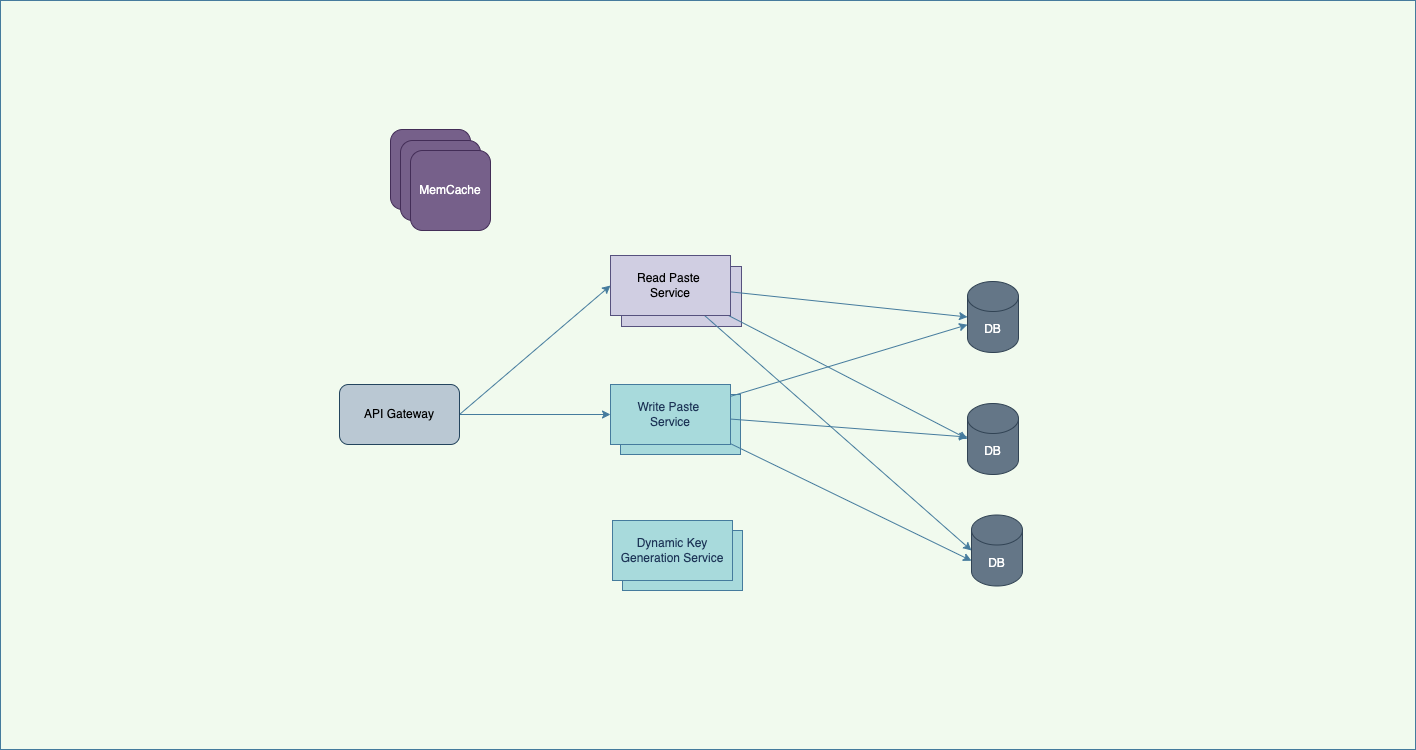
Before: PasteBin.drawio.png, a diagram exported from draw.io (mukeshsingal/draw.io). Source tidied: cells renumbered, new cells last; positions are measured from the earlier drawing's top-left corner, leaving out a move shared by most shapes.
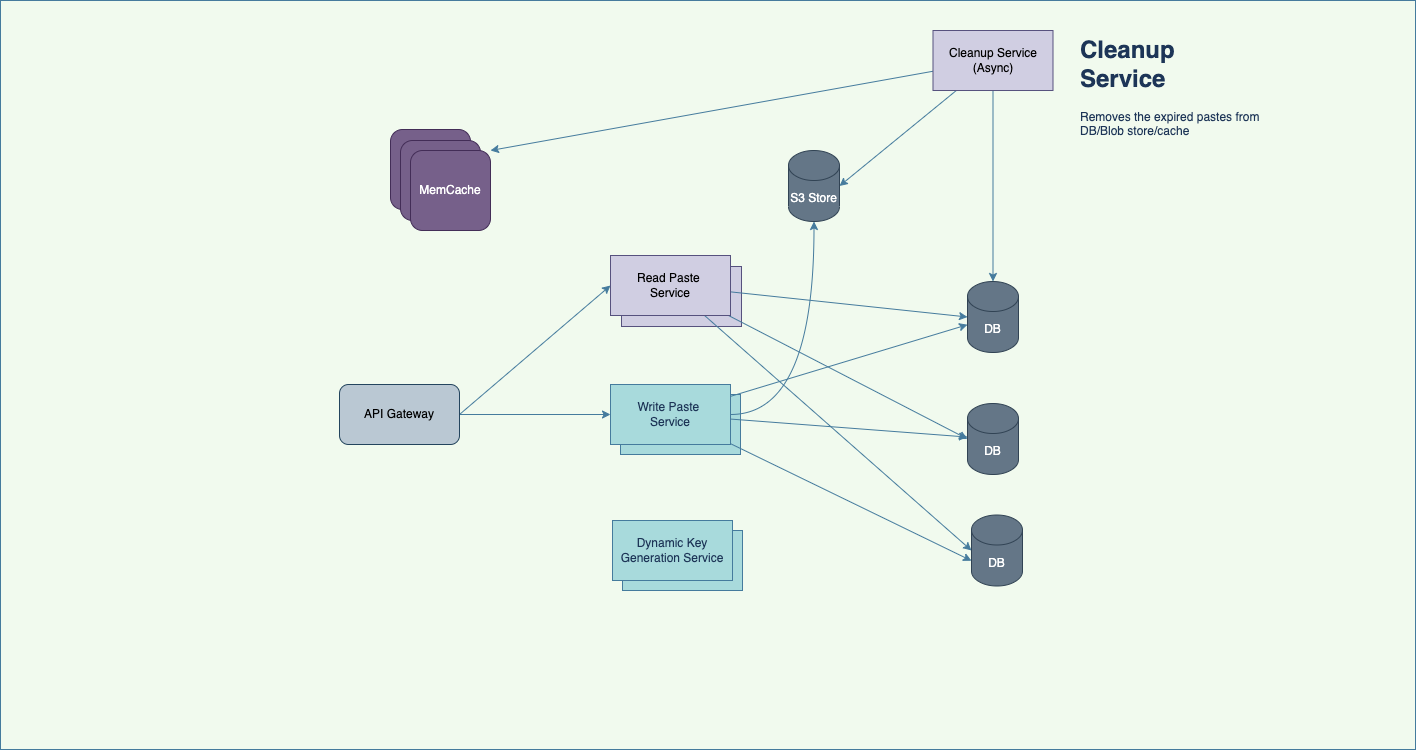
Later version of the same file.

Change to the diagram source:
```diff
@@ -26,6 +26,9 @@
     <mxCell id="9" style="edgeStyle=none;rounded=0;jettySize=auto;html=1;entryX=0;entryY=0;entryDx=0;entryDy=45.75;entryPerimeter=0;fontColor=#1D3557;strokeColor=#457B9D;fillColor=#A8DADC;" parent="1" edge="1" source="10" target="21">
       <mxGeometry relative="1" as="geometry" />
     </mxCell>
+    <mxCell id="25" style="edgeStyle=orthogonalEdgeStyle;rounded=0;jettySize=auto;html=1;entryX=0.5;entryY=1;entryDx=0;entryDy=0;entryPerimeter=0;fontColor=#1D3557;strokeColor=#457B9D;fillColor=#A8DADC;curved=1;" parent="1" edge="1" source="10" target="30">
+      <mxGeometry relative="1" as="geometry" />
+    </mxCell>
     <mxCell id="10" value="Write Paste &lt;br&gt;Service" style="rounded=0;whiteSpace=wrap;html=1;fillColor=#A8DADC;strokeColor=#457B9D;fontColor=#1D3557;" parent="1" vertex="1">
       <mxGeometry x="610" y="384" width="120" height="60" as="geometry" />
     </mxCell>
@@ -71,5 +74,23 @@
     <mxCell id="24" value="MemCache" style="whiteSpace=wrap;html=1;rounded=1;fontColor=#ffffff;strokeColor=#432D57;fillColor=#76608a;" parent="1" vertex="1">
       <mxGeometry x="410" y="150" width="80" height="80" as="geometry" />
     </mxCell>
+    <mxCell id="26" style="rounded=0;jettySize=auto;html=1;entryX=1;entryY=0.5;entryDx=0;entryDy=0;entryPerimeter=0;fontColor=#1D3557;strokeColor=#457B9D;fillColor=#A8DADC;" parent="1" edge="1" source="29" target="30">
+      <mxGeometry relative="1" as="geometry" />
+    </mxCell>
+    <mxCell id="27" style="edgeStyle=none;rounded=0;jettySize=auto;html=1;entryX=0.5;entryY=0;entryDx=0;entryDy=0;entryPerimeter=0;fontColor=#1D3557;strokeColor=#457B9D;fillColor=#A8DADC;" parent="1" edge="1" source="29" target="19">
+      <mxGeometry relative="1" as="geometry" />
+    </mxCell>
+    <mxCell id="28" style="edgeStyle=none;rounded=0;jettySize=auto;html=1;entryX=1;entryY=0;entryDx=0;entryDy=0;fontColor=#1D3557;strokeColor=#457B9D;fillColor=#A8DADC;" parent="1" edge="1" source="29" target="24">
+      <mxGeometry relative="1" as="geometry" />
+    </mxCell>
+    <mxCell id="29" value="Cleanup Service (Async)" style="rounded=0;whiteSpace=wrap;html=1;fillColor=#d0cee2;strokeColor=#56517e;" parent="1" vertex="1">
+      <mxGeometry x="932.5" y="30" width="120" height="60" as="geometry" />
+    </mxCell>
+    <mxCell id="30" value="S3 Store" style="shape=cylinder3;whiteSpace=wrap;html=1;boundedLbl=1;backgroundOutline=1;size=15;rounded=1;strokeColor=#314354;fillColor=#647687;fontColor=#ffffff;" parent="1" vertex="1">
+      <mxGeometry x="788" y="150" width="51" height="71" as="geometry" />
+    </mxCell>
+    <mxCell id="31" value="&lt;h1&gt;Cleanup Service&lt;/h1&gt;&lt;p&gt;Removes the expired pastes from DB/Blob store/cache&lt;/p&gt;" style="text;html=1;strokeColor=none;fillColor=none;spacing=5;spacingTop=-20;whiteSpace=wrap;overflow=hidden;rounded=0;fontColor=#1D3557;" parent="1" vertex="1">
+      <mxGeometry x="1075" y="30" width="190" height="120" as="geometry" />
+    </mxCell>
   </root>
 </mxGraphModel>
```
